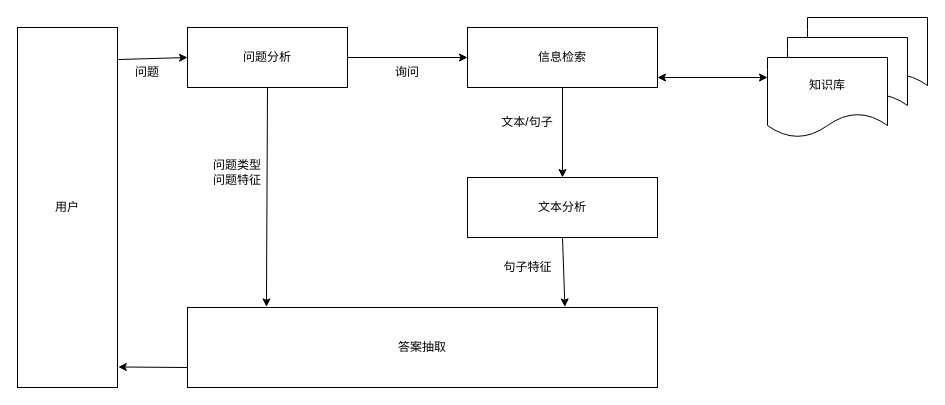
superluckily/md_picture keeps this draw.io diagram as page "第 4 页" (4 of 4) of 未命名绘图.drawio. Above is the earlier version. Source tidied: cells renumbered, new cells numbered last; positions are measured from the earlier drawing's top-left corner, leaving out a move shared by most shapes. Both pictures are drawn from the tidied source at 100%, with x=0, y=0 at pixel (17, 17).
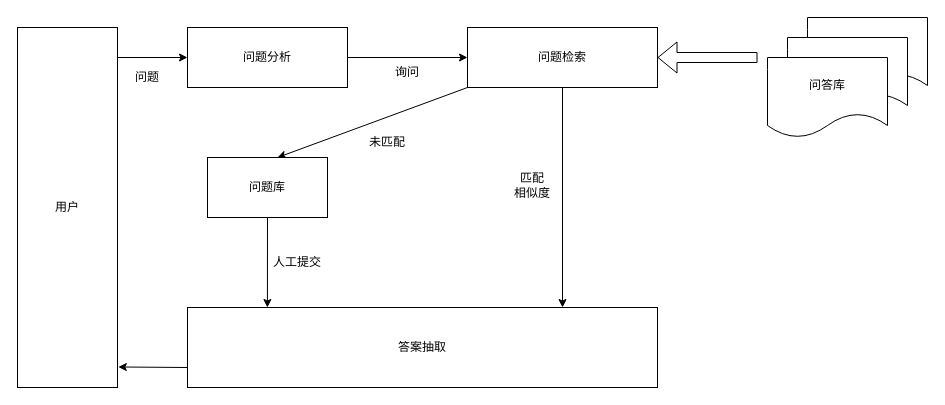
The same page after the edit.

Commit message:
更新未命名绘图.drawio

The change refers to these unchanged cells:
```xml
<mxCell id="2" value="用户" style="rounded=0;whiteSpace=wrap;html=1;" parent="1" vertex="1">
  <mxGeometry y="10" width="100" height="360" as="geometry" />
</mxCell>
<mxCell id="3" value="答案抽取" style="rounded=0;whiteSpace=wrap;html=1;" parent="1" vertex="1">
  <mxGeometry x="170" y="290" width="470" height="80" as="geometry" />
</mxCell>
<mxCell id="4" value="问题分析" style="rounded=0;whiteSpace=wrap;html=1;" parent="1" vertex="1">
  <mxGeometry x="170" y="10" width="160" height="60" as="geometry" />
</mxCell>
```

Change to the diagram source:
```diff
@@
-    <mxCell id="5" value="信息检索" style="rounded=0;whiteSpace=wrap;html=1;" parent="1" vertex="1">
+    <mxCell id="5" value="问题检索" style="rounded=0;whiteSpace=wrap;html=1;" parent="1" vertex="1">
       <mxGeometry x="450" y="10" width="190" height="60" as="geometry" />
     </mxCell>
-    <mxCell id="6" value="文本分析" style="rounded=0;whiteSpace=wrap;html=1;" parent="1" vertex="1">
-      <mxGeometry x="450" y="160" width="190" height="60" as="geometry" />
-    </mxCell>
@@
-    <mxCell id="9" value="知识库" style="shape=document;whiteSpace=wrap;html=1;boundedLbl=1;" parent="1" vertex="1">
+    <mxCell id="9" value="问答库" style="shape=document;whiteSpace=wrap;html=1;boundedLbl=1;" parent="1" vertex="1">
       <mxGeometry x="750" y="40" width="120" height="80" as="geometry" />
     </mxCell>
@@
-    <mxCell id="11" style="endArrow=classic;html=1;rounded=0;exitX=0.5;exitY=1;exitDx=0;exitDy=0;entryX=0.168;entryY=-0.008;entryDx=0;entryDy=0;entryPerimeter=0;" parent="1" edge="1" source="4" target="3">
-      <mxGeometry relative="1" as="geometry" />
+    <mxCell id="11" style="endArrow=classic;html=1;rounded=0;exitX=0;exitY=1;exitDx=0;exitDy=0;" parent="1" edge="1" source="5">
+      <mxGeometry relative="1" as="geometry">
+        <mxPoint x="260" y="140" as="targetPoint" />
+      </mxGeometry>
     </mxCell>
-    <mxCell id="12" style="endArrow=classic;html=1;rounded=0;exitX=0.5;exitY=1;exitDx=0;exitDy=0;entryX=0.803;entryY=-0.008;entryDx=0;entryDy=0;entryPerimeter=0;" parent="1" edge="1" source="6" target="3">
-      <mxGeometry relative="1" as="geometry" />
-    </mxCell>
-    <mxCell id="13" style="endArrow=classic;html=1;rounded=0;entryX=0.5;entryY=0;entryDx=0;entryDy=0;exitX=0.5;exitY=1;exitDx=0;exitDy=0;" parent="1" edge="1" source="5" target="6">
-      <mxGeometry relative="1" as="geometry" />
+    <mxCell id="13" style="endArrow=classic;html=1;rounded=0;exitX=0.5;exitY=1;exitDx=0;exitDy=0;" parent="1" edge="1" source="5">
+      <mxGeometry relative="1" as="geometry">
+        <mxPoint x="545" y="290" as="targetPoint" />
+      </mxGeometry>
     </mxCell>
-    <mxCell id="14" style="endArrow=classic;html=1;rounded=0;entryX=0;entryY=0.5;entryDx=0;entryDy=0;exitX=1.008;exitY=0.089;exitDx=0;exitDy=0;exitPerimeter=0;" parent="1" edge="1" source="2" target="4">
-      <mxGeometry relative="1" as="geometry" />
+    <mxCell id="14" style="endArrow=classic;html=1;rounded=0;entryX=0;entryY=0.5;entryDx=0;entryDy=0;" parent="1" edge="1" target="4">
+      <mxGeometry relative="1" as="geometry">
+        <mxPoint x="100" y="40" as="sourcePoint" />
+      </mxGeometry>
     </mxCell>
@@
-    <mxCell id="16" style="endArrow=classic;startArrow=classic;html=1;rounded=0;entryX=0;entryY=0.25;entryDx=0;entryDy=0;" parent="1" edge="1" target="9">
-      <mxGeometry relative="1" as="geometry">
-        <mxPoint x="640" y="60" as="sourcePoint" />
-      </mxGeometry>
-    </mxCell>
     <mxCell id="17" value="问题" style="text;html=1;strokeColor=none;fillColor=none;align=center;verticalAlign=middle;whiteSpace=wrap;rounded=0;" parent="1" vertex="1">
-      <mxGeometry x="100" y="40" width="60" height="30" as="geometry" />
+      <mxGeometry x="100" y="45" width="60" height="30" as="geometry" />
     </mxCell>
@@
-    <mxCell id="19" value="问题类型&lt;br&gt;问题特征" style="text;html=1;strokeColor=none;fillColor=none;align=center;verticalAlign=middle;whiteSpace=wrap;rounded=0;" parent="1" vertex="1">
-      <mxGeometry x="190" y="140" width="60" height="30" as="geometry" />
-    </mxCell>
-    <mxCell id="20" value="文本/句子" style="text;html=1;strokeColor=none;fillColor=none;align=center;verticalAlign=middle;whiteSpace=wrap;rounded=0;" parent="1" vertex="1">
-      <mxGeometry x="480" y="90" width="60" height="30" as="geometry" />
+    <mxCell id="20" value="匹配&lt;br&gt;相似度" style="text;html=1;strokeColor=none;fillColor=none;align=center;verticalAlign=middle;whiteSpace=wrap;rounded=0;" parent="1" vertex="1">
+      <mxGeometry x="460" y="135" width="110" height="65" as="geometry" />
     </mxCell>
-    <mxCell id="21" value="句子特征" style="text;html=1;align=center;verticalAlign=middle;strokeColor=none;fillColor=none;" parent="1" vertex="1">
-      <mxGeometry x="475" y="235" width="70" height="30" as="geometry" />
-    </mxCell>
+    <mxCell id="22" style="shape=flexArrow;endArrow=classic;html=1;rounded=0;entryX=1;entryY=0.5;entryDx=0;entryDy=0;" parent="1" edge="1" target="5">
+      <mxGeometry relative="1" as="geometry">
+        <mxPoint x="740" y="40" as="sourcePoint" />
+      </mxGeometry>
+    </mxCell>
+    <mxCell id="23" value="问题库" style="rounded=0;whiteSpace=wrap;html=1;" parent="1" vertex="1">
+      <mxGeometry x="190" y="140" width="120" height="60" as="geometry" />
+    </mxCell>
+    <mxCell id="24" style="endArrow=classic;html=1;rounded=0;exitX=0.5;exitY=1;exitDx=0;exitDy=0;entryX=0.17;entryY=0;entryDx=0;entryDy=0;entryPerimeter=0;" parent="1" edge="1" source="23" target="3">
+      <mxGeometry relative="1" as="geometry" />
+    </mxCell>
+    <mxCell id="25" value="人工提交" style="text;html=1;strokeColor=none;fillColor=none;align=center;verticalAlign=middle;whiteSpace=wrap;rounded=0;" parent="1" vertex="1">
+      <mxGeometry x="250" y="230" width="60" height="30" as="geometry" />
+    </mxCell>
+    <mxCell id="26" value="未匹配" style="text;html=1;strokeColor=none;fillColor=none;align=center;verticalAlign=middle;whiteSpace=wrap;rounded=0;" parent="1" vertex="1">
+      <mxGeometry x="340" y="110" width="60" height="30" as="geometry" />
+    </mxCell>
```
